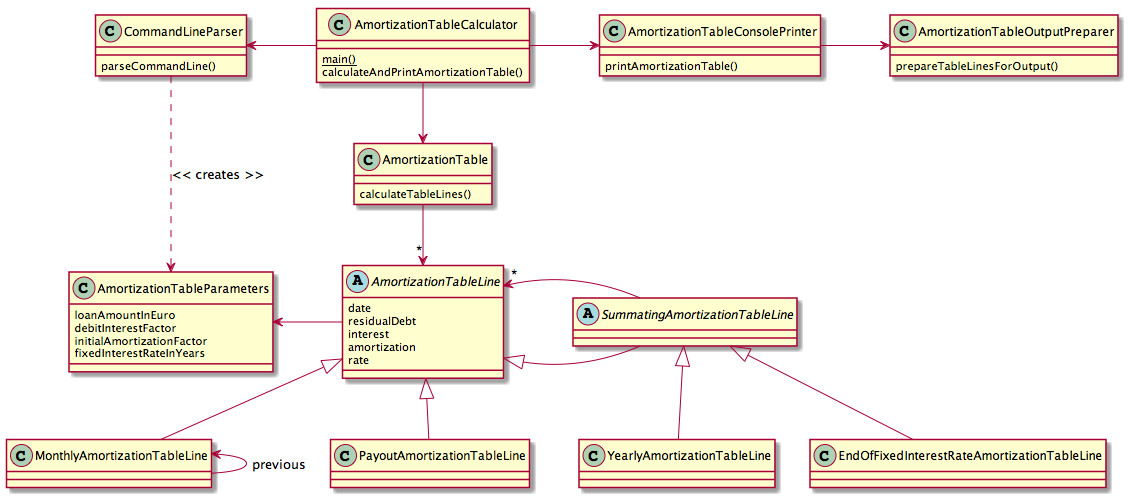
This is src/main/resources/images/amortization-table-class-diagram.png from bhelfert/rootyphp, a PlantUML export, as it was before one commit. Its diagram source:
```plantuml
@startuml




class CommandLineParser {
    parseCommandLine()
}
CommandLineParser .down.> AmortizationTableParameters : << creates >>



class AmortizationTableCalculator {
    {static} main()
    calculateAndPrintAmortizationTable()
}
AmortizationTableCalculator -left-> CommandLineParser
AmortizationTableCalculator -down-> AmortizationTable
AmortizationTableCalculator -right-> AmortizationTableConsolePrinter



class AmortizationTableConsolePrinter{
    printAmortizationTable()
}
AmortizationTableConsolePrinter -> AmortizationTableOutputPreparer



class AmortizationTableOutputPreparer {
    prepareTableLinesForOutput()
}



class AmortizationTable {
    calculateTableLines()
}
AmortizationTable -down-> "*" AmortizationTableLine



class AmortizationTableParameters {
    loanAmountInEuro
    debitInterestFactor
    initialAmortizationFactor
    fixedInterestRateInYears
}



abstract class AmortizationTableLine {
    date
    residualDebt
    interest
    amortization
    rate
}
AmortizationTableLine -left-> AmortizationTableParameters



abstract class SummatingAmortizationTableLine {
}
AmortizationTableLine <|- SummatingAmortizationTableLine
SummatingAmortizationTableLine -> "*" AmortizationTableLine



class PayoutAmortizationTableLine {
}
AmortizationTableLine <|-- PayoutAmortizationTableLine



class MonthlyAmortizationTableLine {
}
AmortizationTableLine <|-- MonthlyAmortizationTableLine
MonthlyAmortizationTableLine -up-> MonthlyAmortizationTableLine : previous



class YearlyAmortizationTableLine {
}
SummatingAmortizationTableLine <|-- YearlyAmortizationTableLine



class EndOfFixedInterestRateAmortizationTableLine {
}
SummatingAmortizationTableLine <|-- EndOfFixedInterestRateAmortizationTableLine

@enduml
```
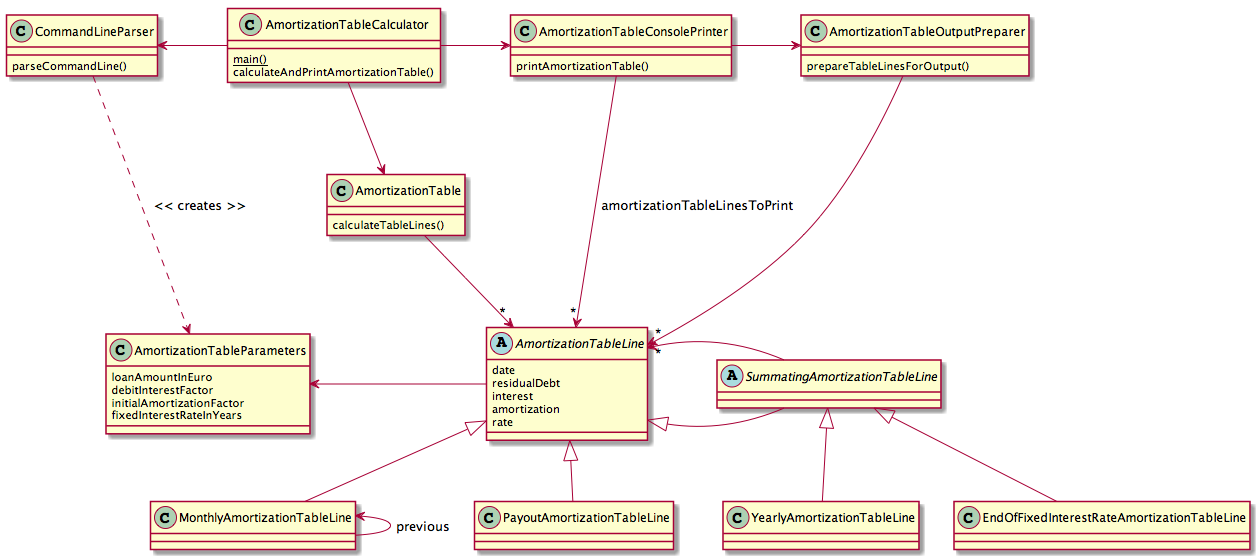
After the commit.

Commit message:
Added associations from presentation classes to model class.

Change to the diagram source:
```diff
@@ -20,17 +20,17 @@
 
 
 
-class AmortizationTableConsolePrinter{
+class AmortizationTableConsolePrinter {
     printAmortizationTable()
 }
 AmortizationTableConsolePrinter -> AmortizationTableOutputPreparer
-
+AmortizationTableConsolePrinter ---> "*" AmortizationTableLine : amortizationTableLinesToPrint
 
 
 class AmortizationTableOutputPreparer {
     prepareTableLinesForOutput()
 }
-
+AmortizationTableOutputPreparer ---down-> "*" AmortizationTableLine
 
 
 class AmortizationTable {
```
